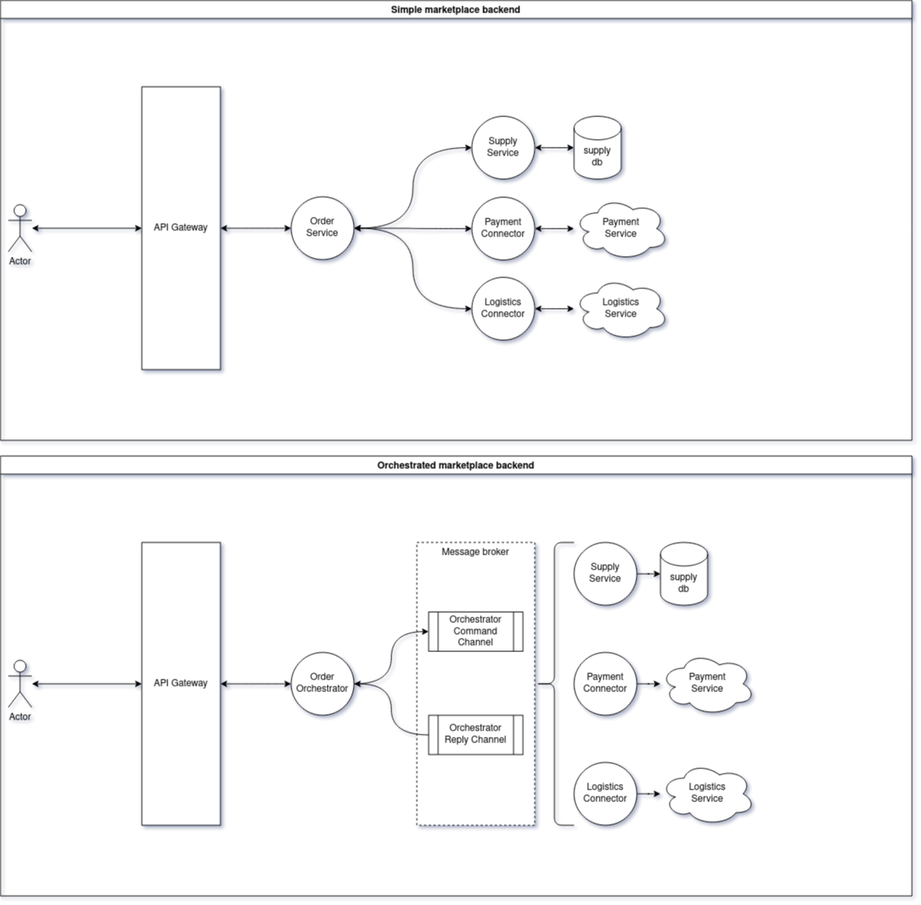
This is documentation/architecture.png from ricardoebbers/distributed-transaction-saga, a draw.io export, as it was before one commit. Source tidied: cells renumbered, new cells last; positions are measured from the earlier drawing's top-left corner, leaving out a move shared by most shapes.
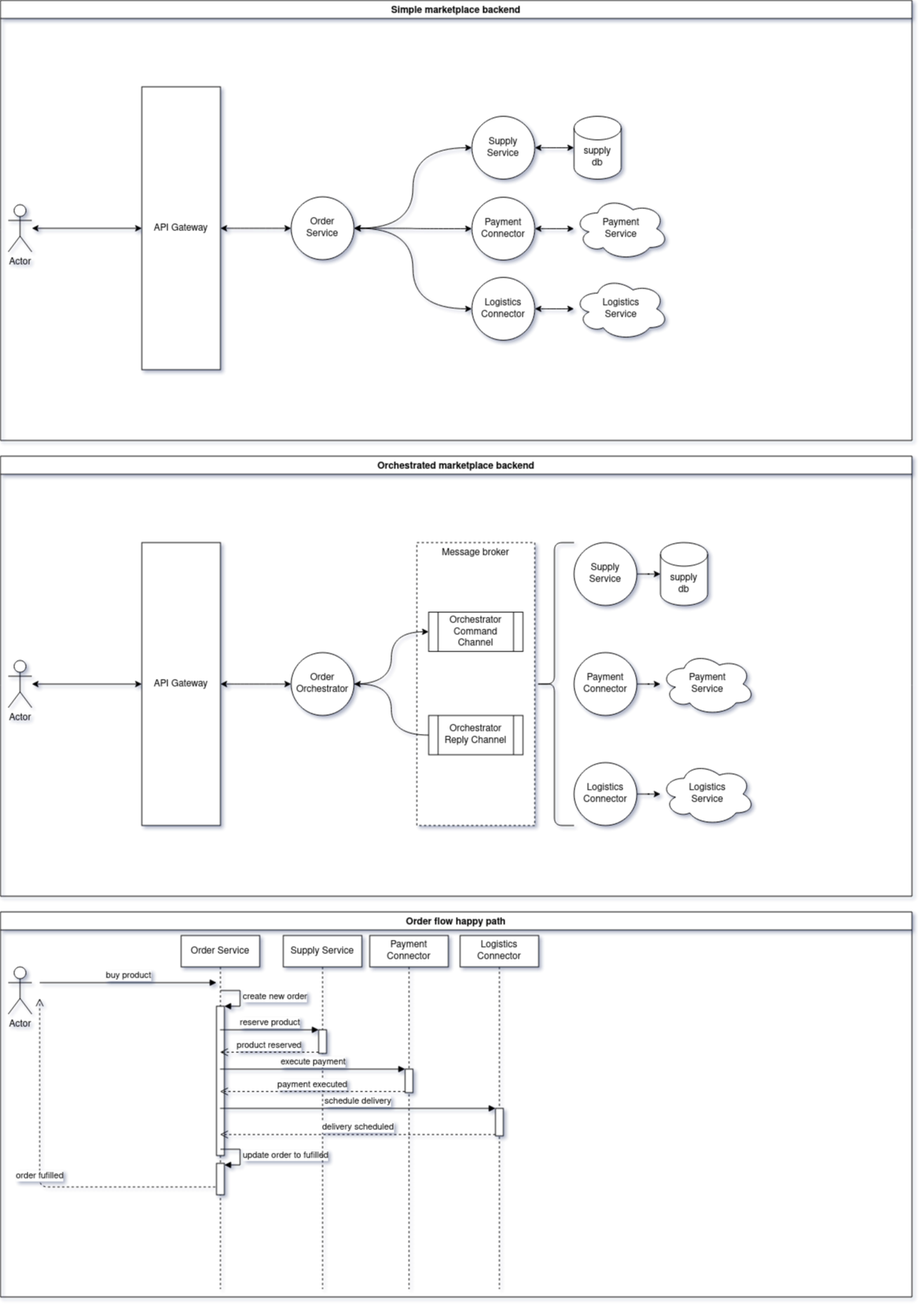
After the commit.

What changed in the source:
```diff
@@ -2,6 +2,88 @@
   <root>
     <mxCell id="0" />
     <mxCell id="1" parent="0" />
+    <mxCell id="41" value="Order flow happy path" style="swimlane;align=center;" parent="1" vertex="1">
+      <mxGeometry y="1160" width="1160" height="490" as="geometry" />
+    </mxCell>
+    <mxCell id="42" value="Actor" style="shape=umlActor;verticalLabelPosition=bottom;verticalAlign=top;html=1;align=center;" parent="41" vertex="1">
+      <mxGeometry x="10" y="70" width="30" height="60" as="geometry" />
+    </mxCell>
+    <mxCell id="43" value="Order Service" style="shape=umlLifeline;perimeter=lifelinePerimeter;whiteSpace=wrap;html=1;outlineConnect=0;align=center;" parent="41" vertex="1">
+      <mxGeometry x="230" y="30" width="100" height="450" as="geometry" />
+    </mxCell>
+    <mxCell id="44" value="buy product" style="html=1;verticalAlign=bottom;endArrow=block;entryX=0;entryY=0;" parent="43" edge="1">
+      <mxGeometry relative="1" as="geometry">
+        <mxPoint x="-180" y="60" as="sourcePoint" />
+        <mxPoint x="45" y="60" as="targetPoint" />
+      </mxGeometry>
+    </mxCell>
+    <mxCell id="45" value="order fufilled" style="html=1;verticalAlign=bottom;endArrow=open;dashed=1;endSize=8;edgeStyle=orthogonalEdgeStyle;" parent="43" edge="1" source="43">
+      <mxGeometry relative="1" as="geometry">
+        <mxPoint x="-180" y="80" as="targetPoint" />
+        <Array as="points">
+          <mxPoint x="-180" y="320" />
+        </Array>
+      </mxGeometry>
+    </mxCell>
+    <mxCell id="46" style="html=1;points=[];perimeter=orthogonalPerimeter;align=center;" parent="43" vertex="1">
+      <mxGeometry x="45" y="90" width="10" height="190" as="geometry" />
+    </mxCell>
+    <mxCell id="47" value="create new order" style="edgeStyle=orthogonalEdgeStyle;html=1;align=left;spacingLeft=2;endArrow=block;rounded=0;entryX=1;entryY=0;" parent="43" edge="1" target="46">
+      <mxGeometry relative="1" as="geometry">
+        <mxPoint x="50" y="70" as="sourcePoint" />
+        <Array as="points">
+          <mxPoint x="75" y="70" />
+        </Array>
+      </mxGeometry>
+    </mxCell>
+    <mxCell id="48" style="html=1;perimeter=orthogonalPerimeter;align=center;" parent="43" vertex="1">
+      <mxGeometry x="45" y="290" width="10" height="40" as="geometry" />
+    </mxCell>
+    <mxCell id="49" value="update order to fufilled" style="edgeStyle=orthogonalEdgeStyle;html=1;align=left;spacingLeft=2;endArrow=block;rounded=0;entryX=1;entryY=0;" parent="43" edge="1">
+      <mxGeometry relative="1" as="geometry">
+        <mxPoint x="50" y="272" as="sourcePoint" />
+        <mxPoint x="55" y="292" as="targetPoint" />
+        <Array as="points">
+          <mxPoint x="75" y="272" />
+        </Array>
+      </mxGeometry>
+    </mxCell>
+    <mxCell id="50" value="Supply Service" style="shape=umlLifeline;perimeter=lifelinePerimeter;whiteSpace=wrap;html=1;align=center;" parent="41" vertex="1">
+      <mxGeometry x="360" y="30" width="100" height="450" as="geometry" />
+    </mxCell>
+    <mxCell id="51" style="html=1;points=[];perimeter=orthogonalPerimeter;align=center;" parent="50" vertex="1">
+      <mxGeometry x="45" y="120" width="10" height="30" as="geometry" />
+    </mxCell>
+    <mxCell id="52" value="Payment Connector" style="shape=umlLifeline;perimeter=lifelinePerimeter;whiteSpace=wrap;html=1;align=center;" parent="41" vertex="1">
+      <mxGeometry x="470" y="30" width="100" height="450" as="geometry" />
+    </mxCell>
+    <mxCell id="53" style="html=1;points=[];perimeter=orthogonalPerimeter;align=center;" parent="52" vertex="1">
+      <mxGeometry x="45" y="170" width="10" height="30" as="geometry" />
+    </mxCell>
+    <mxCell id="54" value="Logistics Connector" style="shape=umlLifeline;perimeter=lifelinePerimeter;whiteSpace=wrap;html=1;align=center;" parent="41" vertex="1">
+      <mxGeometry x="585" y="30" width="100" height="450" as="geometry" />
+    </mxCell>
+    <mxCell id="55" style="html=1;points=[];perimeter=orthogonalPerimeter;align=center;" parent="54" vertex="1">
+      <mxGeometry x="45" y="220" width="10" height="35" as="geometry" />
+    </mxCell>
+    <mxCell id="56" value="reserve product" style="html=1;verticalAlign=bottom;endArrow=block;entryX=0;entryY=0;" parent="41" edge="1" source="43" target="51">
+      <mxGeometry relative="1" as="geometry" />
+    </mxCell>
+    <mxCell id="57" value="product reserved" style="html=1;verticalAlign=bottom;endArrow=open;dashed=1;endSize=8;exitX=0;exitY=0.95;" parent="41" edge="1" source="51" target="43">
+      <mxGeometry relative="1" as="geometry" />
+    </mxCell>
+    <mxCell id="58" value="execute payment" style="html=1;verticalAlign=bottom;endArrow=block;entryX=0;entryY=0;" parent="41" edge="1" source="43" target="53">
+      <mxGeometry relative="1" as="geometry" />
+    </mxCell>
+    <mxCell id="59" value="payment executed" style="html=1;verticalAlign=bottom;endArrow=open;dashed=1;endSize=8;exitX=0;exitY=0.95;" parent="41" edge="1" source="53" target="43">
+      <mxGeometry relative="1" as="geometry" />
+    </mxCell>
+    <mxCell id="60" value="schedule delivery" style="html=1;verticalAlign=bottom;endArrow=block;entryX=0;entryY=0;" parent="41" edge="1" source="43" target="55">
+      <mxGeometry relative="1" as="geometry" />
+    </mxCell>
+    <mxCell id="61" value="delivery scheduled" style="html=1;verticalAlign=bottom;endArrow=open;dashed=1;endSize=8;exitX=0;exitY=0.95;" parent="41" edge="1" source="55" target="43">
+      <mxGeometry relative="1" as="geometry" />
+    </mxCell>
     <mxCell id="2" value="Simple marketplace backend" style="swimlane;" parent="1" vertex="1">
       <mxGeometry width="1160" height="560" as="geometry" />
     </mxCell>
```
